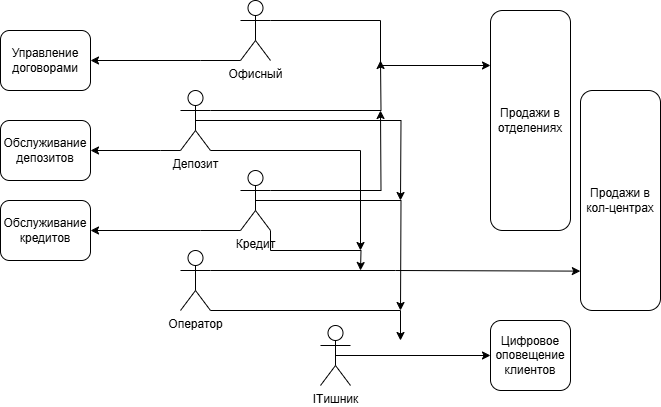
Above: Exc1/Схема интеграции.drawio.png in botcser/architecture-sprint-9 (draw.io), before the change. Source tidied: cells renumbered, new cells last; positions are measured from the earlier drawing's top-left corner, leaving out a move shared by most shapes. Source of this version:
```xml
<mxGraphModel>
  <root>
    <mxCell id="0" />
    <mxCell id="1" parent="0" />
    <mxCell id="2" value="Продажи в отделениях" style="rounded=1;whiteSpace=wrap;html=1;" parent="1" vertex="1">
      <mxGeometry x="490" y="10" width="80" height="220" as="geometry" />
    </mxCell>
    <mxCell id="3" value="Продажи в кол-центрах" style="rounded=1;whiteSpace=wrap;html=1;" parent="1" vertex="1">
      <mxGeometry x="580" y="90" width="80" height="220" as="geometry" />
    </mxCell>
    <mxCell id="4" value="Цифровое оповещение клиентов" style="rounded=1;whiteSpace=wrap;html=1;" parent="1" vertex="1">
      <mxGeometry x="490" y="320" width="80" height="70" as="geometry" />
    </mxCell>
    <mxCell id="5" value="Управление договорами" style="rounded=1;whiteSpace=wrap;html=1;" parent="1" vertex="1">
      <mxGeometry y="30" width="90" height="60" as="geometry" />
    </mxCell>
    <mxCell id="6" value="Обслуживание депозитов" style="rounded=1;whiteSpace=wrap;html=1;" parent="1" vertex="1">
      <mxGeometry y="120" width="90" height="60" as="geometry" />
    </mxCell>
    <mxCell id="7" value="Обслуживание кредитов" style="rounded=1;whiteSpace=wrap;html=1;" parent="1" vertex="1">
      <mxGeometry y="200" width="90" height="60" as="geometry" />
    </mxCell>
    <mxCell id="8" style="edgeStyle=orthogonalEdgeStyle;rounded=0;jettySize=auto;html=1;exitX=1;exitY=0.3333333333333333;exitDx=0;exitDy=0;exitPerimeter=0;entryX=0;entryY=0.25;entryDx=0;entryDy=0;" parent="1" edge="1" source="10" target="2">
      <mxGeometry relative="1" as="geometry" />
    </mxCell>
    <mxCell id="9" style="edgeStyle=orthogonalEdgeStyle;rounded=0;jettySize=auto;html=1;exitX=0;exitY=1;exitDx=0;exitDy=0;exitPerimeter=0;entryX=1;entryY=0.5;entryDx=0;entryDy=0;" parent="1" edge="1" source="10" target="5">
      <mxGeometry relative="1" as="geometry">
        <Array as="points">
          <mxPoint x="200" y="60" />
          <mxPoint x="200" y="60" />
        </Array>
      </mxGeometry>
    </mxCell>
    <mxCell id="10" value="Офисный" style="shape=umlActor;verticalLabelPosition=bottom;verticalAlign=top;html=1;outlineConnect=0;" parent="1" vertex="1">
      <mxGeometry x="240" width="30" height="60" as="geometry" />
    </mxCell>
    <mxCell id="11" style="edgeStyle=orthogonalEdgeStyle;rounded=0;jettySize=auto;html=1;exitX=1;exitY=0.3333333333333333;exitDx=0;exitDy=0;exitPerimeter=0;" parent="1" edge="1" source="15">
      <mxGeometry relative="1" as="geometry">
        <mxPoint x="380" y="60" as="targetPoint" />
      </mxGeometry>
    </mxCell>
    <mxCell id="12" style="edgeStyle=orthogonalEdgeStyle;rounded=0;jettySize=auto;html=1;exitX=1;exitY=1;exitDx=0;exitDy=0;exitPerimeter=0;" parent="1" edge="1" source="15">
      <mxGeometry relative="1" as="geometry">
        <mxPoint x="360" y="250" as="targetPoint" />
        <Array as="points">
          <mxPoint x="360" y="150" />
        </Array>
      </mxGeometry>
    </mxCell>
    <mxCell id="13" style="edgeStyle=orthogonalEdgeStyle;rounded=0;jettySize=auto;html=1;exitX=0.5;exitY=0.5;exitDx=0;exitDy=0;exitPerimeter=0;" parent="1" edge="1" source="15">
      <mxGeometry relative="1" as="geometry">
        <mxPoint x="400" y="200" as="targetPoint" />
      </mxGeometry>
    </mxCell>
    <mxCell id="14" style="edgeStyle=orthogonalEdgeStyle;rounded=0;jettySize=auto;html=1;exitX=0;exitY=1;exitDx=0;exitDy=0;exitPerimeter=0;entryX=1;entryY=0.5;entryDx=0;entryDy=0;" parent="1" edge="1" source="15" target="6">
      <mxGeometry relative="1" as="geometry">
        <Array as="points">
          <mxPoint x="160" y="150" />
          <mxPoint x="160" y="150" />
        </Array>
      </mxGeometry>
    </mxCell>
    <mxCell id="15" value="Депозит" style="shape=umlActor;verticalLabelPosition=bottom;verticalAlign=top;html=1;outlineConnect=0;" parent="1" vertex="1">
      <mxGeometry x="180" y="90" width="30" height="60" as="geometry" />
    </mxCell>
    <mxCell id="16" style="edgeStyle=orthogonalEdgeStyle;rounded=0;jettySize=auto;html=1;exitX=1;exitY=0.3333333333333333;exitDx=0;exitDy=0;exitPerimeter=0;" parent="1" edge="1" source="19">
      <mxGeometry relative="1" as="geometry">
        <mxPoint x="380" y="110" as="targetPoint" />
      </mxGeometry>
    </mxCell>
    <mxCell id="17" style="edgeStyle=orthogonalEdgeStyle;rounded=0;jettySize=auto;html=1;exitX=0.5;exitY=0.5;exitDx=0;exitDy=0;exitPerimeter=0;" parent="1" edge="1" source="19">
      <mxGeometry relative="1" as="geometry">
        <mxPoint x="400" y="310" as="targetPoint" />
      </mxGeometry>
    </mxCell>
    <mxCell id="18" style="edgeStyle=orthogonalEdgeStyle;rounded=0;jettySize=auto;html=1;exitX=0;exitY=1;exitDx=0;exitDy=0;exitPerimeter=0;entryX=1;entryY=0.5;entryDx=0;entryDy=0;" parent="1" edge="1" source="19" target="7">
      <mxGeometry relative="1" as="geometry">
        <Array as="points">
          <mxPoint x="200" y="230" />
          <mxPoint x="200" y="230" />
        </Array>
      </mxGeometry>
    </mxCell>
    <mxCell id="19" value="Кредит" style="shape=umlActor;verticalLabelPosition=bottom;verticalAlign=top;html=1;outlineConnect=0;" parent="1" vertex="1">
      <mxGeometry x="240" y="170" width="30" height="60" as="geometry" />
    </mxCell>
    <mxCell id="20" style="edgeStyle=orthogonalEdgeStyle;rounded=0;jettySize=auto;html=1;exitX=1;exitY=0.3333333333333333;exitDx=0;exitDy=0;exitPerimeter=0;entryX=-0.002;entryY=0.821;entryDx=0;entryDy=0;entryPerimeter=0;" parent="1" edge="1" source="22" target="3">
      <mxGeometry relative="1" as="geometry" />
    </mxCell>
    <mxCell id="21" style="edgeStyle=orthogonalEdgeStyle;rounded=0;jettySize=auto;html=1;exitX=1;exitY=1;exitDx=0;exitDy=0;exitPerimeter=0;" parent="1" edge="1" source="22">
      <mxGeometry relative="1" as="geometry">
        <mxPoint x="400" y="340" as="targetPoint" />
        <Array as="points">
          <mxPoint x="400" y="310" />
        </Array>
      </mxGeometry>
    </mxCell>
    <mxCell id="22" value="Оператор" style="shape=umlActor;verticalLabelPosition=bottom;verticalAlign=top;html=1;outlineConnect=0;" parent="1" vertex="1">
      <mxGeometry x="180" y="250" width="30" height="60" as="geometry" />
    </mxCell>
    <mxCell id="23" style="edgeStyle=orthogonalEdgeStyle;rounded=0;jettySize=auto;html=1;exitX=0.5;exitY=0.5;exitDx=0;exitDy=0;exitPerimeter=0;" parent="1" edge="1" source="24" target="4">
      <mxGeometry relative="1" as="geometry" />
    </mxCell>
    <mxCell id="24" value="ITишник" style="shape=umlActor;verticalLabelPosition=bottom;verticalAlign=top;html=1;outlineConnect=0;" parent="1" vertex="1">
      <mxGeometry x="320" y="325" width="30" height="60" as="geometry" />
    </mxCell>
    <mxCell id="25" style="edgeStyle=orthogonalEdgeStyle;rounded=0;jettySize=auto;html=1;exitX=1;exitY=1;exitDx=0;exitDy=0;exitPerimeter=0;" parent="1" edge="1" source="19">
      <mxGeometry relative="1" as="geometry">
        <mxPoint x="360" y="270" as="targetPoint" />
      </mxGeometry>
    </mxCell>
  </root>
</mxGraphModel>
```
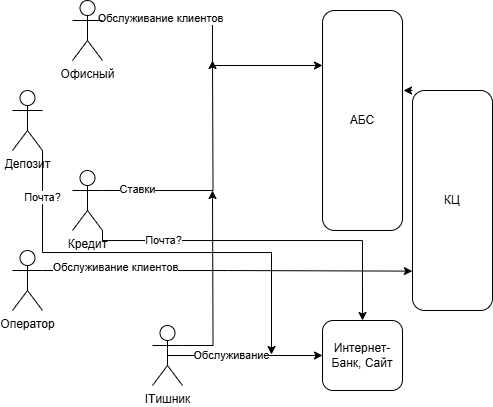
The same diagram one commit later.

The edit, as a diff of the source:
```diff
@@ -2,112 +2,86 @@
   <root>
     <mxCell id="0" />
     <mxCell id="1" parent="0" />
-    <mxCell id="2" value="Продажи в отделениях" style="rounded=1;whiteSpace=wrap;html=1;" parent="1" vertex="1">
+    <mxCell id="2" value="АБС" style="rounded=1;whiteSpace=wrap;html=1;" parent="1" vertex="1">
       <mxGeometry x="490" y="10" width="80" height="220" as="geometry" />
     </mxCell>
-    <mxCell id="3" value="Продажи в кол-центрах" style="rounded=1;whiteSpace=wrap;html=1;" parent="1" vertex="1">
+    <mxCell id="3" value="КЦ" style="rounded=1;whiteSpace=wrap;html=1;" parent="1" vertex="1">
       <mxGeometry x="580" y="90" width="80" height="220" as="geometry" />
     </mxCell>
-    <mxCell id="4" value="Цифровое оповещение клиентов" style="rounded=1;whiteSpace=wrap;html=1;" parent="1" vertex="1">
+    <mxCell id="4" value="Интернет-Банк, Сайт" style="rounded=1;whiteSpace=wrap;html=1;" parent="1" vertex="1">
       <mxGeometry x="490" y="320" width="80" height="70" as="geometry" />
     </mxCell>
-    <mxCell id="5" value="Управление договорами" style="rounded=1;whiteSpace=wrap;html=1;" parent="1" vertex="1">
-      <mxGeometry y="30" width="90" height="60" as="geometry" />
-    </mxCell>
-    <mxCell id="6" value="Обслуживание депозитов" style="rounded=1;whiteSpace=wrap;html=1;" parent="1" vertex="1">
-      <mxGeometry y="120" width="90" height="60" as="geometry" />
-    </mxCell>
-    <mxCell id="7" value="Обслуживание кредитов" style="rounded=1;whiteSpace=wrap;html=1;" parent="1" vertex="1">
-      <mxGeometry y="200" width="90" height="60" as="geometry" />
-    </mxCell>
     <mxCell id="8" style="edgeStyle=orthogonalEdgeStyle;rounded=0;jettySize=auto;html=1;exitX=1;exitY=0.3333333333333333;exitDx=0;exitDy=0;exitPerimeter=0;entryX=0;entryY=0.25;entryDx=0;entryDy=0;" parent="1" edge="1" source="10" target="2">
       <mxGeometry relative="1" as="geometry" />
     </mxCell>
-    <mxCell id="9" style="edgeStyle=orthogonalEdgeStyle;rounded=0;jettySize=auto;html=1;exitX=0;exitY=1;exitDx=0;exitDy=0;exitPerimeter=0;entryX=1;entryY=0.5;entryDx=0;entryDy=0;" parent="1" edge="1" source="10" target="5">
-      <mxGeometry relative="1" as="geometry">
-        <Array as="points">
-          <mxPoint x="200" y="60" />
-          <mxPoint x="200" y="60" />
-        </Array>
-      </mxGeometry>
-    </mxCell>
+    <mxCell id="26" value="Обслуживание клиентов" style="edgeLabel;html=1;align=center;verticalAlign=middle;" parent="8" vertex="1">
+      <mxGeometry x="-0.57" y="2" relative="1" as="geometry" />
+    </mxCell>
     <mxCell id="10" value="Офисный" style="shape=umlActor;verticalLabelPosition=bottom;verticalAlign=top;html=1;outlineConnect=0;" parent="1" vertex="1">
       <mxGeometry x="240" width="30" height="60" as="geometry" />
     </mxCell>
-    <mxCell id="11" style="edgeStyle=orthogonalEdgeStyle;rounded=0;jettySize=auto;html=1;exitX=1;exitY=0.3333333333333333;exitDx=0;exitDy=0;exitPerimeter=0;" parent="1" edge="1" source="15">
-      <mxGeometry relative="1" as="geometry">
-        <mxPoint x="380" y="60" as="targetPoint" />
-      </mxGeometry>
-    </mxCell>
-    <mxCell id="12" style="edgeStyle=orthogonalEdgeStyle;rounded=0;jettySize=auto;html=1;exitX=1;exitY=1;exitDx=0;exitDy=0;exitPerimeter=0;" parent="1" edge="1" source="15">
-      <mxGeometry relative="1" as="geometry">
-        <mxPoint x="360" y="250" as="targetPoint" />
-        <Array as="points">
-          <mxPoint x="360" y="150" />
-        </Array>
-      </mxGeometry>
-    </mxCell>
-    <mxCell id="13" style="edgeStyle=orthogonalEdgeStyle;rounded=0;jettySize=auto;html=1;exitX=0.5;exitY=0.5;exitDx=0;exitDy=0;exitPerimeter=0;" parent="1" edge="1" source="15">
-      <mxGeometry relative="1" as="geometry">
-        <mxPoint x="400" y="200" as="targetPoint" />
-      </mxGeometry>
-    </mxCell>
-    <mxCell id="14" style="edgeStyle=orthogonalEdgeStyle;rounded=0;jettySize=auto;html=1;exitX=0;exitY=1;exitDx=0;exitDy=0;exitPerimeter=0;entryX=1;entryY=0.5;entryDx=0;entryDy=0;" parent="1" edge="1" source="15" target="6">
-      <mxGeometry relative="1" as="geometry">
-        <Array as="points">
-          <mxPoint x="160" y="150" />
-          <mxPoint x="160" y="150" />
-        </Array>
-      </mxGeometry>
-    </mxCell>
+    <mxCell id="27" style="edgeStyle=orthogonalEdgeStyle;rounded=0;jettySize=auto;html=1;exitX=1;exitY=1;exitDx=0;exitDy=0;exitPerimeter=0;" parent="1" edge="1" source="15">
+      <mxGeometry relative="1" as="geometry">
+        <mxPoint x="439" y="354" as="targetPoint" />
+        <Array as="points">
+          <mxPoint x="210" y="252" />
+          <mxPoint x="439" y="252" />
+        </Array>
+      </mxGeometry>
+    </mxCell>
+    <mxCell id="28" value="Почта?" style="edgeLabel;html=1;align=center;verticalAlign=middle;" parent="27" vertex="1">
+      <mxGeometry x="-0.79" relative="1" as="geometry" />
+    </mxCell>
     <mxCell id="15" value="Депозит" style="shape=umlActor;verticalLabelPosition=bottom;verticalAlign=top;html=1;outlineConnect=0;" parent="1" vertex="1">
       <mxGeometry x="180" y="90" width="30" height="60" as="geometry" />
     </mxCell>
     <mxCell id="16" style="edgeStyle=orthogonalEdgeStyle;rounded=0;jettySize=auto;html=1;exitX=1;exitY=0.3333333333333333;exitDx=0;exitDy=0;exitPerimeter=0;" parent="1" edge="1" source="19">
       <mxGeometry relative="1" as="geometry">
-        <mxPoint x="380" y="110" as="targetPoint" />
+        <mxPoint x="380" y="60" as="targetPoint" />
       </mxGeometry>
     </mxCell>
-    <mxCell id="17" style="edgeStyle=orthogonalEdgeStyle;rounded=0;jettySize=auto;html=1;exitX=0.5;exitY=0.5;exitDx=0;exitDy=0;exitPerimeter=0;" parent="1" edge="1" source="19">
-      <mxGeometry relative="1" as="geometry">
-        <mxPoint x="400" y="310" as="targetPoint" />
-      </mxGeometry>
-    </mxCell>
-    <mxCell id="18" style="edgeStyle=orthogonalEdgeStyle;rounded=0;jettySize=auto;html=1;exitX=0;exitY=1;exitDx=0;exitDy=0;exitPerimeter=0;entryX=1;entryY=0.5;entryDx=0;entryDy=0;" parent="1" edge="1" source="19" target="7">
-      <mxGeometry relative="1" as="geometry">
-        <Array as="points">
-          <mxPoint x="200" y="230" />
-          <mxPoint x="200" y="230" />
-        </Array>
-      </mxGeometry>
-    </mxCell>
+    <mxCell id="29" value="Ставки" style="edgeLabel;html=1;align=center;verticalAlign=middle;" parent="16" vertex="1">
+      <mxGeometry x="-0.71" y="1" relative="1" as="geometry" />
+    </mxCell>
+    <mxCell id="30" style="edgeStyle=orthogonalEdgeStyle;rounded=0;jettySize=auto;html=1;exitX=1;exitY=1;exitDx=0;exitDy=0;exitPerimeter=0;entryX=0.5;entryY=0;entryDx=0;entryDy=0;" parent="1" edge="1" source="19" target="4">
+      <mxGeometry relative="1" as="geometry">
+        <Array as="points">
+          <mxPoint x="270" y="240" />
+          <mxPoint x="530" y="240" />
+        </Array>
+      </mxGeometry>
+    </mxCell>
+    <mxCell id="31" value="Почта?" style="edgeLabel;html=1;align=center;verticalAlign=middle;" parent="30" vertex="1">
+      <mxGeometry x="-0.6" relative="1" as="geometry" />
+    </mxCell>
     <mxCell id="19" value="Кредит" style="shape=umlActor;verticalLabelPosition=bottom;verticalAlign=top;html=1;outlineConnect=0;" parent="1" vertex="1">
       <mxGeometry x="240" y="170" width="30" height="60" as="geometry" />
     </mxCell>
     <mxCell id="20" style="edgeStyle=orthogonalEdgeStyle;rounded=0;jettySize=auto;html=1;exitX=1;exitY=0.3333333333333333;exitDx=0;exitDy=0;exitPerimeter=0;entryX=-0.002;entryY=0.821;entryDx=0;entryDy=0;entryPerimeter=0;" parent="1" edge="1" source="22" target="3">
       <mxGeometry relative="1" as="geometry" />
     </mxCell>
-    <mxCell id="21" style="edgeStyle=orthogonalEdgeStyle;rounded=0;jettySize=auto;html=1;exitX=1;exitY=1;exitDx=0;exitDy=0;exitPerimeter=0;" parent="1" edge="1" source="22">
-      <mxGeometry relative="1" as="geometry">
-        <mxPoint x="400" y="340" as="targetPoint" />
-        <Array as="points">
-          <mxPoint x="400" y="310" />
-        </Array>
-      </mxGeometry>
-    </mxCell>
+    <mxCell id="32" value="Обслуживание клиентов" style="edgeLabel;html=1;align=center;verticalAlign=middle;" parent="20" vertex="1">
+      <mxGeometry x="-0.61" y="3" relative="1" as="geometry" />
+    </mxCell>
     <mxCell id="22" value="Оператор" style="shape=umlActor;verticalLabelPosition=bottom;verticalAlign=top;html=1;outlineConnect=0;" parent="1" vertex="1">
       <mxGeometry x="180" y="250" width="30" height="60" as="geometry" />
     </mxCell>
     <mxCell id="23" style="edgeStyle=orthogonalEdgeStyle;rounded=0;jettySize=auto;html=1;exitX=0.5;exitY=0.5;exitDx=0;exitDy=0;exitPerimeter=0;" parent="1" edge="1" source="24" target="4">
       <mxGeometry relative="1" as="geometry" />
     </mxCell>
+    <mxCell id="33" value="Обслуживание" style="edgeLabel;html=1;align=center;verticalAlign=middle;" parent="23" vertex="1">
+      <mxGeometry x="-0.18" relative="1" as="geometry" />
+    </mxCell>
+    <mxCell id="34" style="edgeStyle=orthogonalEdgeStyle;rounded=0;jettySize=auto;html=1;exitX=1;exitY=0.3333333333333333;exitDx=0;exitDy=0;exitPerimeter=0;" parent="1" edge="1" source="24">
+      <mxGeometry relative="1" as="geometry">
+        <mxPoint x="380" y="190" as="targetPoint" />
+      </mxGeometry>
+    </mxCell>
     <mxCell id="24" value="ITишник" style="shape=umlActor;verticalLabelPosition=bottom;verticalAlign=top;html=1;outlineConnect=0;" parent="1" vertex="1">
       <mxGeometry x="320" y="325" width="30" height="60" as="geometry" />
     </mxCell>
-    <mxCell id="25" style="edgeStyle=orthogonalEdgeStyle;rounded=0;jettySize=auto;html=1;exitX=1;exitY=1;exitDx=0;exitDy=0;exitPerimeter=0;" parent="1" edge="1" source="19">
-      <mxGeometry relative="1" as="geometry">
-        <mxPoint x="360" y="270" as="targetPoint" />
-      </mxGeometry>
-    </mxCell>
+    <mxCell id="35" style="edgeStyle=orthogonalEdgeStyle;rounded=0;jettySize=auto;html=1;exitX=0;exitY=0;exitDx=0;exitDy=0;entryX=1.013;entryY=0.368;entryDx=0;entryDy=0;entryPerimeter=0;" parent="1" edge="1" source="3" target="2">
+      <mxGeometry relative="1" as="geometry" />
+    </mxCell>
   </root>
 </mxGraphModel>
```
